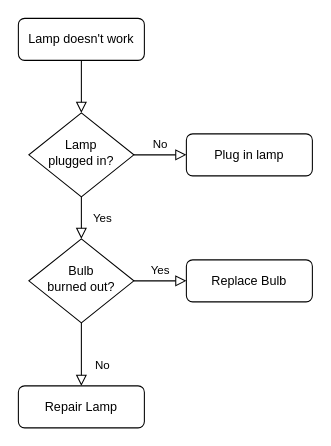
The draw.io diagram 19.Scheme/未命名绘图.drawio in LensXiong/TechDoc, before the edit. Source tidied: cells renumbered, new cells numbered last; positions are measured from the earlier drawing's top-left corner, leaving out a move shared by most shapes. Both pictures are drawn from the tidied source at 105%, with x=0, y=0 at pixel (18, 18).
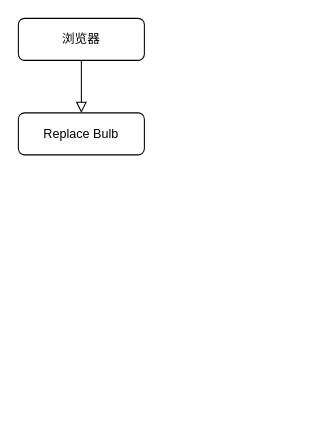
The same page after the edit.

Commit message:
更新未命名绘图.drawio

What changed in the source:
```diff
@@
 <mxGraphModel>
   <root>
     <mxCell id="0" />
     <mxCell id="1" parent="0" />
-    <mxCell id="2" style="rounded=0;html=1;jettySize=auto;fontSize=11;endArrow=block;endFill=0;endSize=8;strokeWidth=1;shadow=0;labelBackgroundColor=none;edgeStyle=orthogonalEdgeStyle;" parent="1" edge="1" source="3" target="6">
-      <mxGeometry relative="1" as="geometry" />
+    <mxCell id="2" style="rounded=0;html=1;jettySize=auto;fontSize=11;endArrow=block;endFill=0;endSize=8;strokeWidth=1;shadow=0;labelBackgroundColor=none;edgeStyle=orthogonalEdgeStyle;" parent="1" edge="1" source="3">
+      <mxGeometry relative="1" as="geometry">
+        <mxPoint x="60" y="90" as="targetPoint" />
+      </mxGeometry>
     </mxCell>
-    <mxCell id="3" value="Lamp doesn't work" style="rounded=1;whiteSpace=wrap;html=1;fontSize=12;glass=0;strokeWidth=1;shadow=0;" parent="1" vertex="1">
+    <mxCell id="3" value="浏览器" style="rounded=1;whiteSpace=wrap;html=1;fontSize=12;glass=0;strokeWidth=1;shadow=0;" parent="1" vertex="1">
       <mxGeometry width="120" height="40" as="geometry" />
     </mxCell>
-    <mxCell id="4" value="Yes" style="rounded=0;html=1;jettySize=auto;fontSize=11;endArrow=block;endFill=0;endSize=8;strokeWidth=1;shadow=0;labelBackgroundColor=none;edgeStyle=orthogonalEdgeStyle;" parent="1" edge="1" source="6" target="10">
-      <mxGeometry y="20" relative="1" as="geometry" />
-    </mxCell>
-    <mxCell id="5" value="No" style="edgeStyle=orthogonalEdgeStyle;rounded=0;html=1;jettySize=auto;fontSize=11;endArrow=block;endFill=0;endSize=8;strokeWidth=1;shadow=0;labelBackgroundColor=none;" parent="1" edge="1" source="6" target="7">
-      <mxGeometry y="10" relative="1" as="geometry" />
-    </mxCell>
-    <mxCell id="6" value="Lamp&lt;br&gt;plugged in?" style="rhombus;whiteSpace=wrap;html=1;shadow=0;fontFamily=Helvetica;fontSize=12;align=center;strokeWidth=1;spacing=6;spacingTop=-4;" parent="1" vertex="1">
-      <mxGeometry x="10" y="90" width="100" height="80" as="geometry" />
-    </mxCell>
-    <mxCell id="7" value="Plug in lamp" style="rounded=1;whiteSpace=wrap;html=1;fontSize=12;glass=0;strokeWidth=1;shadow=0;" parent="1" vertex="1">
-      <mxGeometry x="160" y="110" width="120" height="40" as="geometry" />
-    </mxCell>
-    <mxCell id="8" value="No" style="rounded=0;html=1;jettySize=auto;fontSize=11;endArrow=block;endFill=0;endSize=8;strokeWidth=1;shadow=0;labelBackgroundColor=none;edgeStyle=orthogonalEdgeStyle;" parent="1" edge="1" source="10" target="11">
-      <mxGeometry x="0.33" y="20" relative="1" as="geometry" />
-    </mxCell>
-    <mxCell id="9" value="Yes" style="edgeStyle=orthogonalEdgeStyle;rounded=0;html=1;jettySize=auto;fontSize=11;endArrow=block;endFill=0;endSize=8;strokeWidth=1;shadow=0;labelBackgroundColor=none;" parent="1" edge="1" source="10" target="12">
-      <mxGeometry y="10" relative="1" as="geometry" />
-    </mxCell>
-    <mxCell id="10" value="Bulb&lt;br&gt;burned out?" style="rhombus;whiteSpace=wrap;html=1;shadow=0;fontFamily=Helvetica;fontSize=12;align=center;strokeWidth=1;spacing=6;spacingTop=-4;" parent="1" vertex="1">
-      <mxGeometry x="10" y="210" width="100" height="80" as="geometry" />
-    </mxCell>
-    <mxCell id="11" value="Repair Lamp" style="rounded=1;whiteSpace=wrap;html=1;fontSize=12;glass=0;strokeWidth=1;shadow=0;" parent="1" vertex="1">
-      <mxGeometry y="350" width="120" height="40" as="geometry" />
-    </mxCell>
     <mxCell id="12" value="Replace Bulb" style="rounded=1;whiteSpace=wrap;html=1;fontSize=12;glass=0;strokeWidth=1;shadow=0;" parent="1" vertex="1">
-      <mxGeometry x="160" y="230" width="120" height="40" as="geometry" />
+      <mxGeometry y="90" width="120" height="40" as="geometry" />
     </mxCell>
   </root>
 </mxGraphModel>
```
